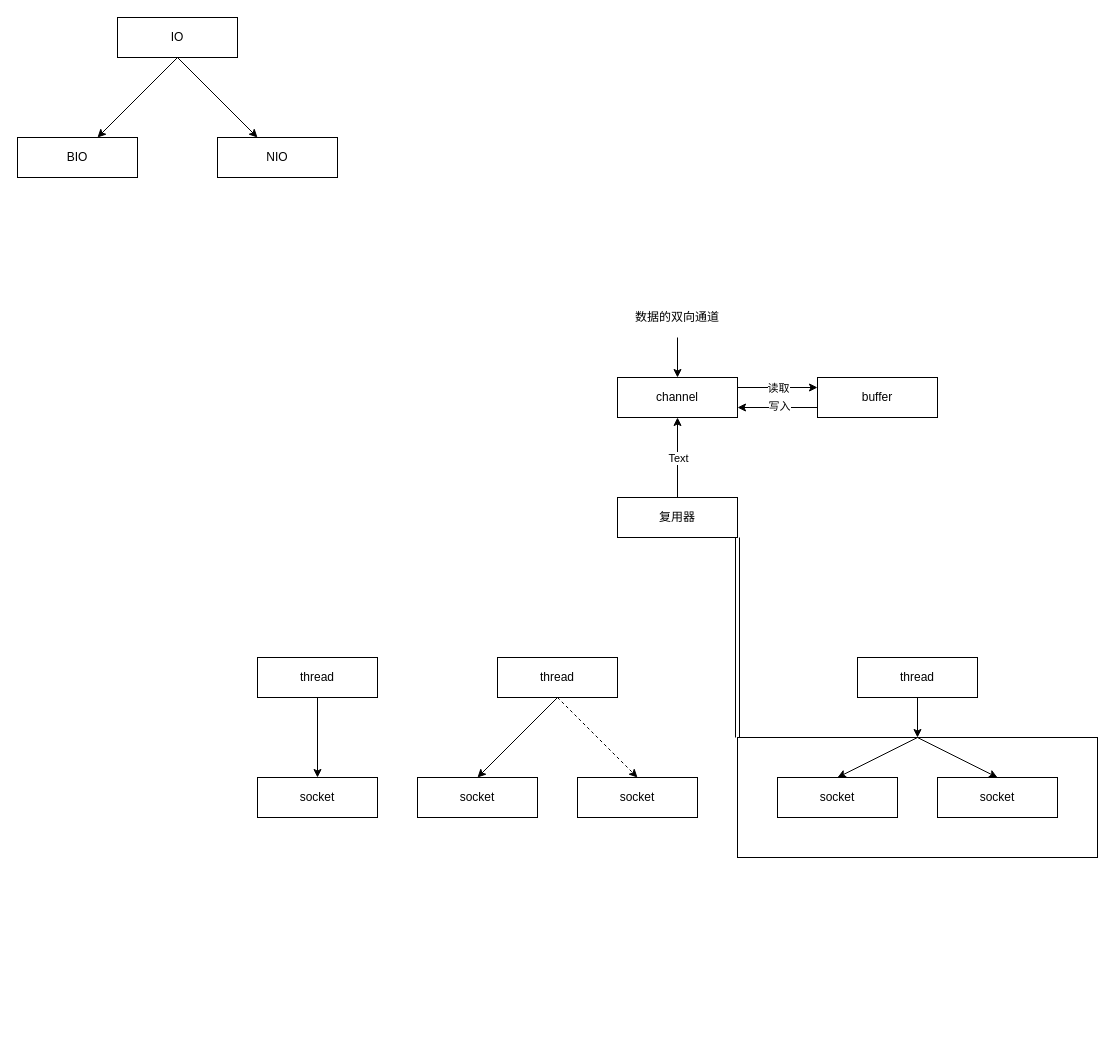
Above: page "基础" (1 of 2) of Java/Netty.drawio in wubinglong9716/NoteBook (draw.io), before the change. Source tidied: cells renumbered, new cells numbered last; positions are measured from the earlier drawing's top-left corner, leaving out a move shared by most shapes. Both pictures are drawn from the tidied source at 100%, with x=0, y=0 at pixel (17, 17).
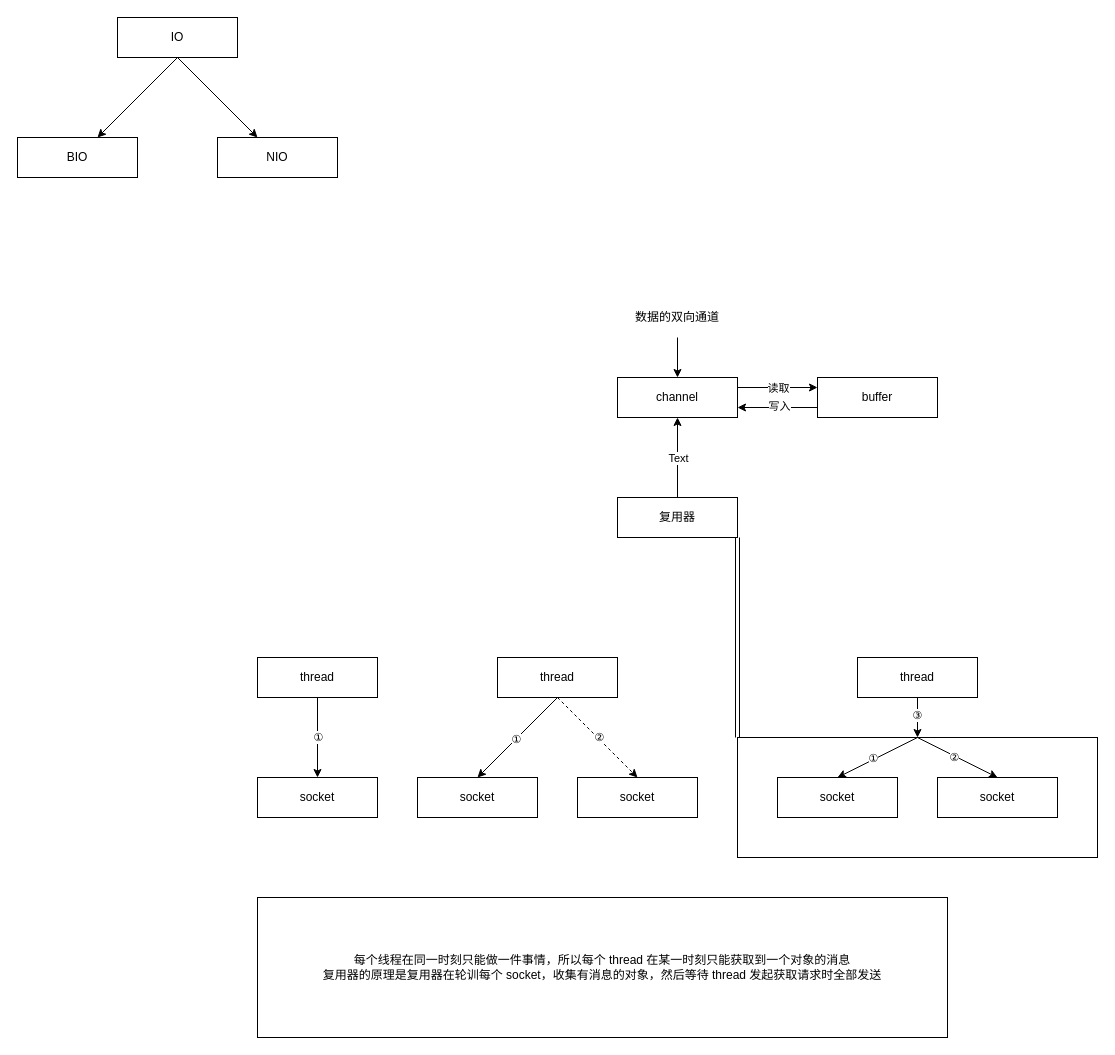
The same diagram, later.

The change refers to these unchanged cells:
```xml
<mxCell id="2" style="rounded=0;whiteSpace=wrap;html=1;" parent="1" vertex="1">
  <mxGeometry x="720" y="720" width="360" height="120" as="geometry" />
</mxCell>
<mxCell id="3" style="edgeStyle=none;rounded=0;jettySize=auto;html=1;exitX=0.5;exitY=0;exitDx=0;exitDy=0;entryX=0.5;entryY=0;entryDx=0;entryDy=0;" parent="1" edge="1" source="2" target="33">
  <mxGeometry relative="1" as="geometry" />
</mxCell>
<mxCell id="22" style="edgeStyle=none;rounded=0;jettySize=auto;html=1;exitX=0.5;exitY=1;exitDx=0;exitDy=0;entryX=0.5;entryY=0;entryDx=0;entryDy=0;" parent="1" edge="1" source="23" target="24">
  <mxGeometry relative="1" as="geometry" />
</mxCell>
<mxCell id="25" style="edgeStyle=none;rounded=0;jettySize=auto;html=1;exitX=0.5;exitY=1;exitDx=0;exitDy=0;entryX=0.5;entryY=0;entryDx=0;entryDy=0;" parent="1" edge="1" source="27" target="28">
  <mxGeometry relative="1" as="geometry" />
</mxCell>
<mxCell id="26" style="edgeStyle=none;rounded=0;jettySize=auto;html=1;exitX=0.5;exitY=1;exitDx=0;exitDy=0;entryX=0.5;entryY=0;entryDx=0;entryDy=0;dashed=1;" parent="1" edge="1" source="27" target="29">
  <mxGeometry relative="1" as="geometry" />
</mxCell>
<mxCell id="30" style="edgeStyle=none;rounded=0;jettySize=auto;html=1;exitX=0.5;exitY=1;exitDx=0;exitDy=0;entryX=0.5;entryY=0;entryDx=0;entryDy=0;" parent="1" edge="1" source="31" target="2">
  <mxGeometry relative="1" as="geometry" />
</mxCell>
<mxCell id="32" value="socket" style="rounded=0;whiteSpace=wrap;html=1;" parent="1" vertex="1">
  <mxGeometry x="760" y="760" width="120" height="40" as="geometry" />
</mxCell>
```

Change to the diagram source:
```diff
@@
+    <mxCell id="4" style="edgeStyle=none;rounded=0;jettySize=auto;html=1;exitX=0.5;exitY=0;exitDx=0;exitDy=0;entryX=0.5;entryY=0;entryDx=0;entryDy=0;" parent="1" edge="1" source="2" target="32">
+      <mxGeometry relative="1" as="geometry" />
+    </mxCell>
+    <mxCell id="34" value="①" style="edgeLabel;html=1;align=center;verticalAlign=middle;" parent="4" vertex="1">
+      <mxGeometry x="0.1" y="-2" relative="1" as="geometry" />
+    </mxCell>
@@
-    <mxCell id="4" style="edgeStyle=none;rounded=0;jettySize=auto;html=1;exitX=0.5;exitY=0;exitDx=0;exitDy=0;entryX=0.5;entryY=0;entryDx=0;entryDy=0;" parent="1" edge="1" source="2" target="32">
-      <mxGeometry relative="1" as="geometry" />
-    </mxCell>
+    <mxCell id="35" value="②" style="edgeLabel;html=1;align=center;verticalAlign=middle;" parent="3" vertex="1">
+      <mxGeometry x="-0.09" y="-1" relative="1" as="geometry" />
+    </mxCell>
@@
+    <mxCell id="36" value="①" style="edgeLabel;html=1;align=center;verticalAlign=middle;" parent="22" vertex="1">
+      <mxGeometry x="-0.03" relative="1" as="geometry" />
+    </mxCell>
@@
+    <mxCell id="37" value="①" style="edgeLabel;html=1;align=center;verticalAlign=middle;" parent="25" vertex="1">
+      <mxGeometry x="0.03" relative="1" as="geometry" />
+    </mxCell>
@@
+    <mxCell id="38" value="②" style="edgeLabel;html=1;align=center;verticalAlign=middle;" parent="26" vertex="1">
+      <mxGeometry x="0.01" y="1" relative="1" as="geometry" />
+    </mxCell>
@@
+    <mxCell id="39" value="③" style="edgeLabel;html=1;align=center;verticalAlign=middle;" parent="30" vertex="1">
+      <mxGeometry x="-0.15" y="-1" relative="1" as="geometry" />
+    </mxCell>
@@
+    <mxCell id="40" value="每个线程在同一时刻只能做一件事情，所以每个 thread 在某一时刻只能获取到一个对象的消息&lt;br&gt;复用器的原理是复用器在轮训每个 socket，收集有消息的对象，然后等待 thread 发起获取请求时全部发送" style="rounded=0;whiteSpace=wrap;html=1;" parent="1" vertex="1">
+      <mxGeometry x="240" y="880" width="690" height="140" as="geometry" />
+    </mxCell>
```
